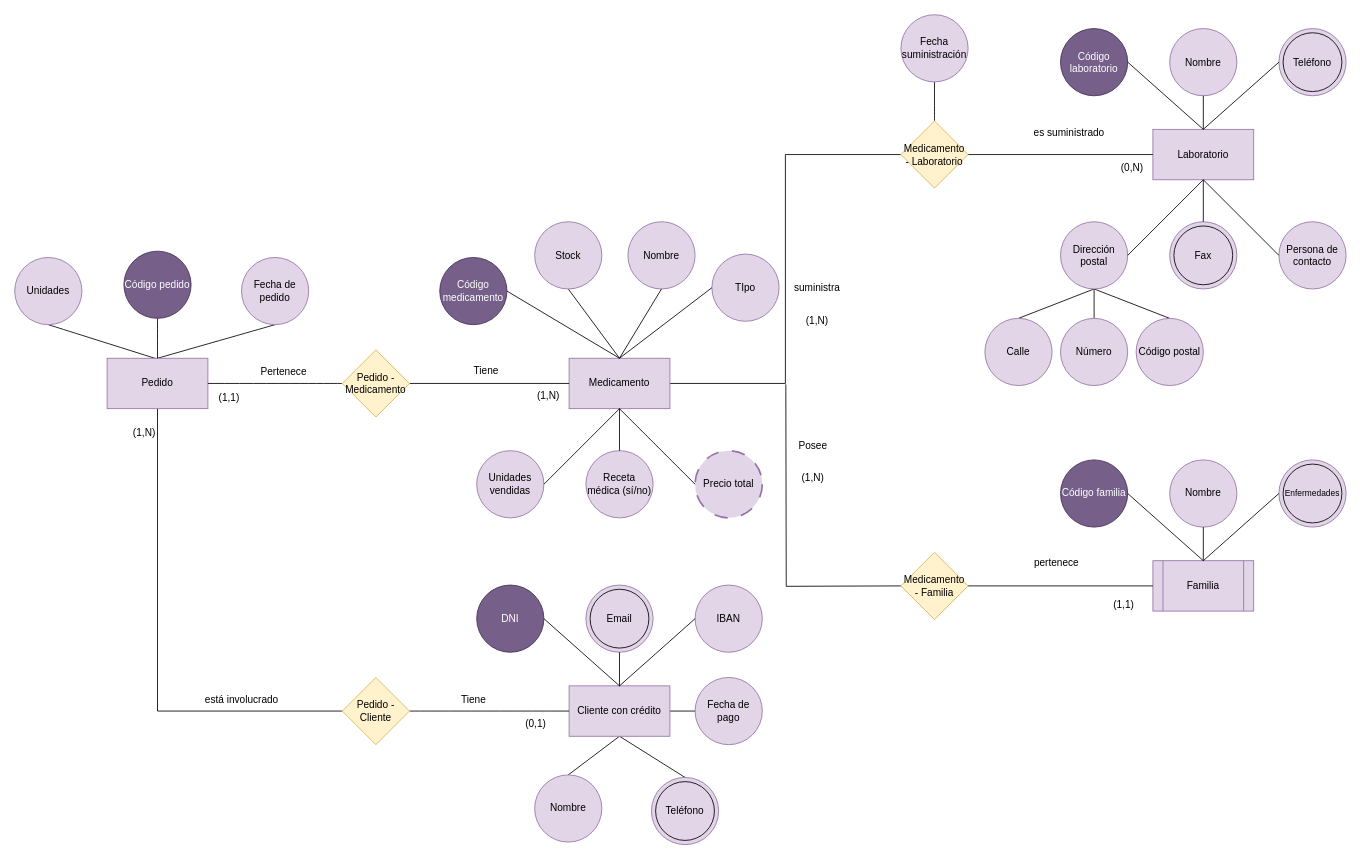
Above: P1ADBD.drawio in Nestor-DF/ADBD-2024-2025-Practica01-PE (draw.io), before the change. Source tidied: cells renumbered, new cells numbered last; positions are measured from the earlier drawing's top-left corner, leaving out a move shared by most shapes. Both pictures are drawn from the tidied source at 84%, with x=0, y=0 at pixel (14, 14).
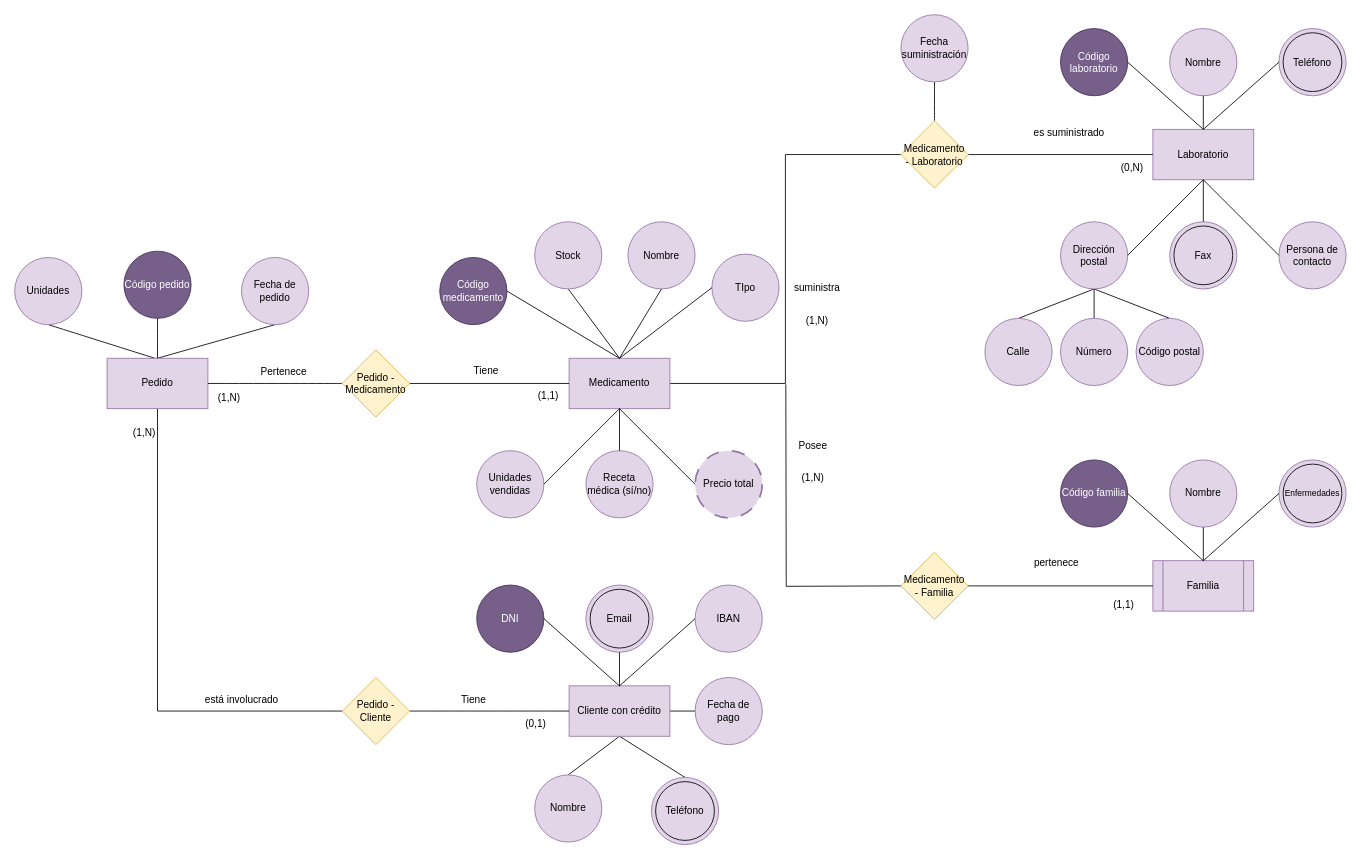
Above is the later version.

Diff of the diagram source:
```diff
@@
-    <mxCell id="57" value="(1,N)" style="text;html=1;align=center;verticalAlign=middle;strokeColor=none;fillColor=none;" parent="1" vertex="1">
+    <mxCell id="57" value="(1,1)" style="text;html=1;align=center;verticalAlign=middle;strokeColor=none;fillColor=none;" parent="1" vertex="1">
       <mxGeometry x="610" y="439" width="50" height="30" as="geometry" />
     </mxCell>
@@
-    <mxCell id="89" value="&lt;font style=&quot;font-size: 12px;&quot;&gt;(1,1)&lt;/font&gt;" style="text;html=1;align=center;verticalAlign=middle;strokeColor=none;fillColor=none;fontSize=16;" parent="1" vertex="1">
+    <mxCell id="89" value="&lt;font style=&quot;font-size: 12px;&quot;&gt;(1,N)&lt;/font&gt;" style="text;html=1;align=center;verticalAlign=middle;strokeColor=none;fillColor=none;fontSize=16;" parent="1" vertex="1">
       <mxGeometry x="230" y="439" width="50" height="30" as="geometry" />
     </mxCell>
```
